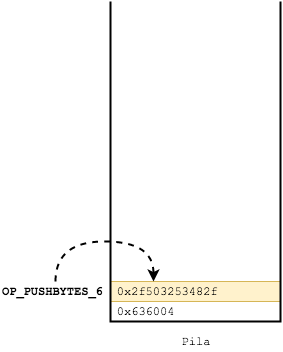
Before: img/Bitcoin_transactions_stack_02.png, a diagram exported from draw.io (JavDomGom/Bitcoin_script_language). Source tidied: cells renumbered, new cells last; positions are measured from the earlier drawing's top-left corner, leaving out a move shared by most shapes. Source of this version:
```xml
<mxGraphModel>
  <root>
    <mxCell id="0" />
    <mxCell id="1" parent="0" />
    <mxCell id="2" value="&lt;span&gt;0x636004&amp;nbsp; &amp;nbsp; &amp;nbsp; &amp;nbsp; &amp;nbsp; &amp;nbsp; &amp;nbsp;&amp;nbsp;&lt;/span&gt;" style="text;html=1;strokeColor=#000000;fillColor=none;align=center;verticalAlign=middle;whiteSpace=wrap;rounded=0;fontFamily=Courier New;" parent="1" vertex="1">
      <mxGeometry x="110" y="300" width="170" height="20" as="geometry" />
    </mxCell>
    <mxCell id="3" value="Pila" style="text;html=1;strokeColor=none;fillColor=none;align=center;verticalAlign=middle;whiteSpace=wrap;rounded=0;fontFamily=Courier New;" parent="1" vertex="1">
      <mxGeometry x="175" y="330" width="40" height="20" as="geometry" />
    </mxCell>
    <mxCell id="4" value="&lt;span&gt;0x2f503253482f&amp;nbsp; &amp;nbsp; &amp;nbsp; &amp;nbsp;&amp;nbsp;&lt;/span&gt;&lt;br&gt;" style="text;html=1;strokeColor=#d6b656;fillColor=#fff2cc;align=center;verticalAlign=middle;whiteSpace=wrap;rounded=0;fontFamily=Courier New;" parent="1" vertex="1">
      <mxGeometry x="110" y="280" width="170" height="20" as="geometry" />
    </mxCell>
    <mxCell id="5" style="endArrow=none;html=1;rounded=0;strokeWidth=2;" parent="1" edge="1">
      <mxGeometry relative="1" as="geometry">
        <mxPoint x="280" as="sourcePoint" />
        <mxPoint x="110" as="targetPoint" />
        <Array as="points">
          <mxPoint x="280" y="320" />
          <mxPoint x="110" y="320" />
        </Array>
      </mxGeometry>
    </mxCell>
    <mxCell id="6" value="&lt;div&gt;OP_&lt;span&gt;PUSHBYTES_&lt;/span&gt;&lt;span&gt;6&lt;/span&gt;&lt;/div&gt;" style="text;html=1;strokeColor=none;fillColor=none;align=left;verticalAlign=middle;whiteSpace=wrap;rounded=0;fontFamily=Courier New;fontStyle=1;" parent="1" vertex="1">
      <mxGeometry y="280" width="110" height="20" as="geometry" />
    </mxCell>
    <mxCell id="7" style="curved=1;endArrow=classic;html=1;strokeWidth=2;fontFamily=Courier New;exitX=0.5;exitY=0;exitDx=0;exitDy=0;entryX=0.25;entryY=0;entryDx=0;entryDy=0;dashed=1;" parent="1" edge="1" source="6" target="4">
      <mxGeometry relative="1" as="geometry">
        <Array as="points">
          <mxPoint x="55" y="240" />
          <mxPoint x="153" y="240" />
        </Array>
      </mxGeometry>
    </mxCell>
  </root>
</mxGraphModel>
```
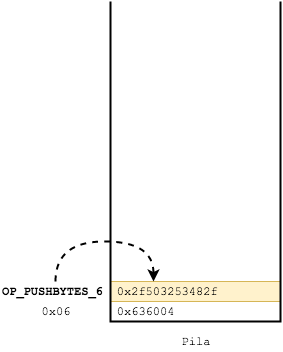
After the commit.

Change to the diagram source:
```diff
@@ -32,5 +32,8 @@
         </Array>
       </mxGeometry>
     </mxCell>
+    <mxCell id="8" value="0x06" style="text;html=1;strokeColor=none;fillColor=none;align=center;verticalAlign=middle;whiteSpace=wrap;rounded=0;fontFamily=Courier New;" parent="1" vertex="1">
+      <mxGeometry x="35" y="300" width="40" height="20" as="geometry" />
+    </mxCell>
   </root>
 </mxGraphModel>
```
